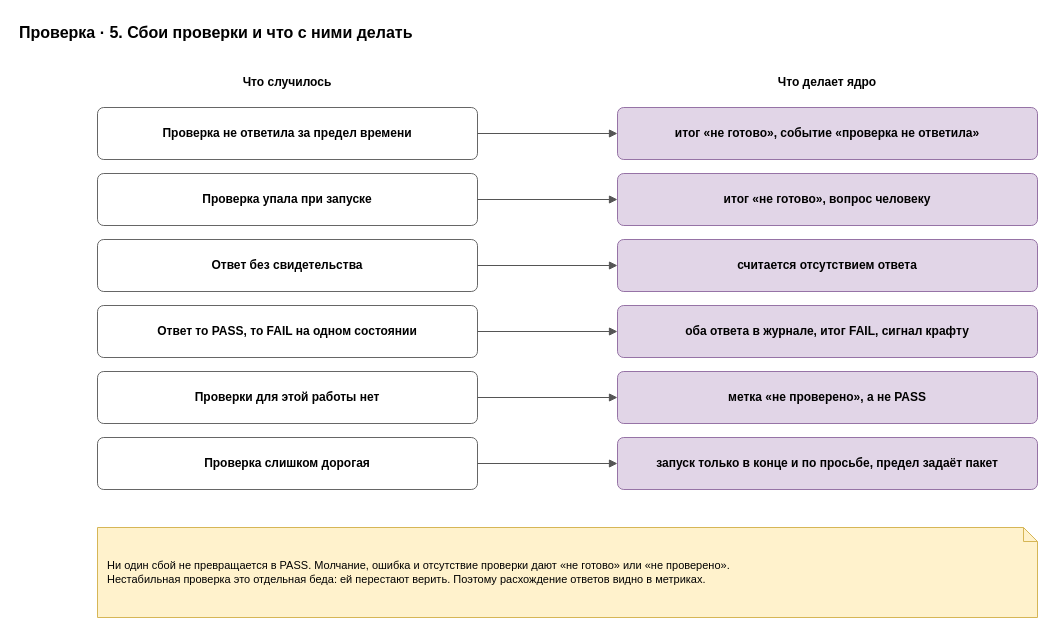
Before: page "5. Сбои" (5 of 5) of docs/spec/harness-check.drawio in roygkov/reins, a draw.io diagram. Source tidied: cells renumbered, new cells numbered last; positions are measured from the earlier drawing's top-left corner, leaving out a move shared by most shapes. Both pictures are drawn from the tidied source at 100%, with x=0, y=0 at pixel (17, 17).
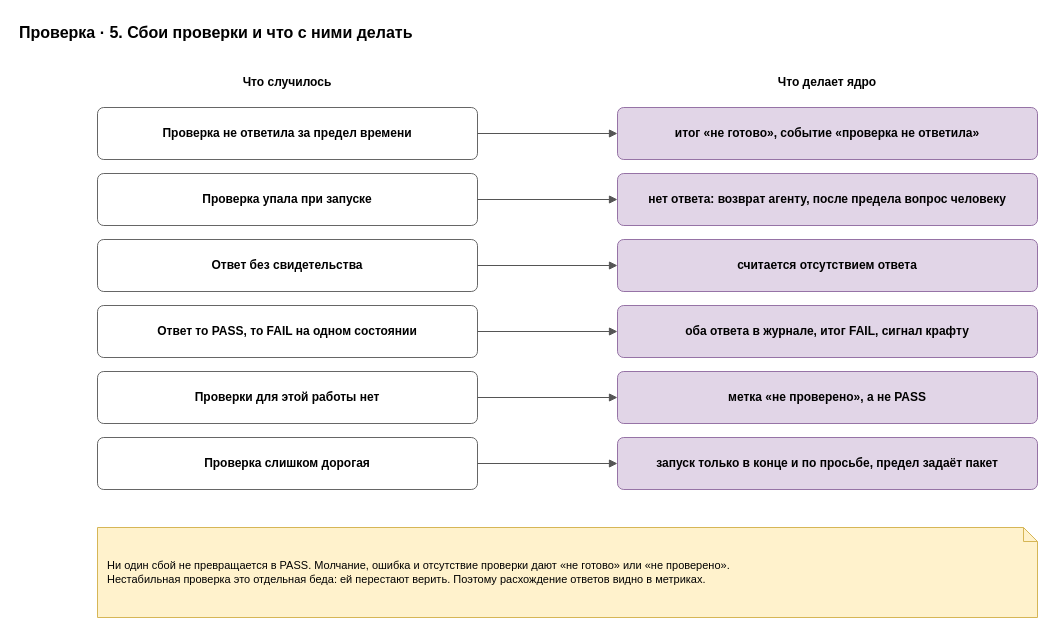
After the change.

Diff of the diagram source:
```diff
@@
-    <mxCell id="9" value="&lt;b&gt;итог «не готово», вопрос человеку&lt;/b&gt;" style="rounded=1;whiteSpace=wrap;html=1;fillColor=#e1d5e7;strokeColor=#9673a6;arcSize=12;" parent="1" vertex="1">
+    <mxCell id="9" value="&lt;b&gt;нет ответа: возврат агенту, после предела вопрос человеку&lt;/b&gt;" style="rounded=1;whiteSpace=wrap;html=1;fillColor=#e1d5e7;strokeColor=#9673a6;arcSize=12;" parent="1" vertex="1">
       <mxGeometry x="600" y="156" width="420" height="52" as="geometry" />
     </mxCell>
```
